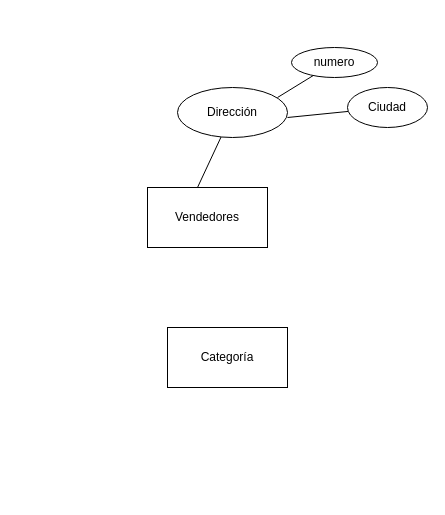
Before: Untitled Diagram.drawio in vivianabm/E-mercado, a draw.io diagram. Source tidied: cells renumbered, new cells numbered last; positions are measured from the earlier drawing's top-left corner, leaving out a move shared by most shapes. Both pictures are drawn from the tidied source at 100%, with x=0, y=0 at pixel (147, 47).
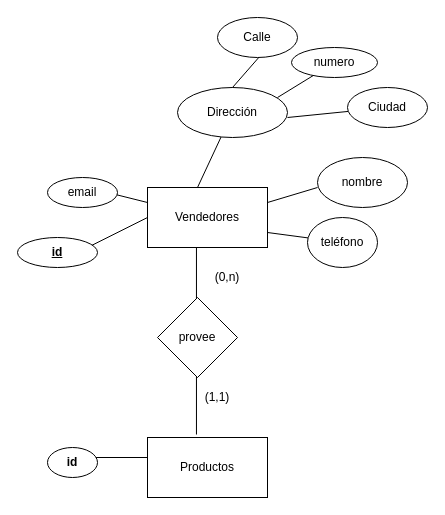
After the change.

Unchanged cells that the change refers to:
```xml
<mxCell id="3" value="Vendedores" style="rounded=0;whiteSpace=wrap;html=1;" parent="1" vertex="1">
  <mxGeometry y="140" width="120" height="60" as="geometry" />
</mxCell>
<mxCell id="5" value="Dirección" style="ellipse;whiteSpace=wrap;html=1;" parent="1" vertex="1">
  <mxGeometry x="30" y="40" width="110" height="50" as="geometry" />
</mxCell>
```

What changed in the source:
```diff
@@
-    <mxCell id="2" value="Categoría" style="rounded=0;whiteSpace=wrap;html=1;" parent="1" vertex="1">
-      <mxGeometry x="20" y="280" width="120" height="60" as="geometry" />
+    <mxCell id="2" value="Productos" style="rounded=0;whiteSpace=wrap;html=1;" parent="1" vertex="1">
+      <mxGeometry y="390" width="120" height="60" as="geometry" />
     </mxCell>
@@
+    <mxCell id="10" style="endArrow=none;html=1;exitX=0.5;exitY=0;exitDx=0;exitDy=0;" parent="1" edge="1" source="5">
+      <mxGeometry relative="1" as="geometry">
+        <mxPoint x="120" as="targetPoint" />
+      </mxGeometry>
+    </mxCell>
+    <mxCell id="11" value="Calle" style="ellipse;whiteSpace=wrap;html=1;" parent="1" vertex="1">
+      <mxGeometry x="70" y="-30" width="80" height="40" as="geometry" />
+    </mxCell>
+    <mxCell id="12" style="endArrow=none;html=1;exitX=1;exitY=0.25;exitDx=0;exitDy=0;" parent="1" edge="1" source="3">
+      <mxGeometry relative="1" as="geometry">
+        <mxPoint x="170" y="140" as="targetPoint" />
+        <Array as="points">
+          <mxPoint x="170" y="140" />
+        </Array>
+      </mxGeometry>
+    </mxCell>
+    <mxCell id="13" value="nombre" style="ellipse;whiteSpace=wrap;html=1;" parent="1" vertex="1">
+      <mxGeometry x="170" y="110" width="90" height="50" as="geometry" />
+    </mxCell>
+    <mxCell id="14" style="endArrow=none;html=1;exitX=1;exitY=0.75;exitDx=0;exitDy=0;" parent="1" edge="1" source="3" target="15">
+      <mxGeometry relative="1" as="geometry" />
+    </mxCell>
+    <mxCell id="15" value="teléfono" style="ellipse;whiteSpace=wrap;html=1;" parent="1" vertex="1">
+      <mxGeometry x="160" y="170" width="70" height="50" as="geometry" />
+    </mxCell>
+    <mxCell id="16" style="endArrow=none;html=1;entryX=0;entryY=0.25;entryDx=0;entryDy=0;" parent="1" edge="1" target="3">
+      <mxGeometry relative="1" as="geometry">
+        <mxPoint x="-40" y="145" as="sourcePoint" />
+      </mxGeometry>
+    </mxCell>
+    <mxCell id="17" value="email" style="ellipse;whiteSpace=wrap;html=1;" parent="1" vertex="1">
+      <mxGeometry x="-100" y="130" width="70" height="30" as="geometry" />
+    </mxCell>
+    <mxCell id="18" style="endArrow=none;html=1;" parent="1" edge="1">
+      <mxGeometry relative="1" as="geometry">
+        <mxPoint x="-60" y="200" as="sourcePoint" />
+        <mxPoint y="170" as="targetPoint" />
+      </mxGeometry>
+    </mxCell>
+    <mxCell id="19" value="&lt;b&gt;&lt;u&gt;id&lt;/u&gt;&lt;/b&gt;" style="ellipse;whiteSpace=wrap;html=1;" parent="1" vertex="1">
+      <mxGeometry x="-130" y="190" width="80" height="30" as="geometry" />
+    </mxCell>
+    <mxCell id="20" style="endArrow=none;html=1;entryX=0.408;entryY=1;entryDx=0;entryDy=0;entryPerimeter=0;exitX=0.408;exitY=-0.05;exitDx=0;exitDy=0;exitPerimeter=0;" parent="1" edge="1" source="2" target="3">
+      <mxGeometry relative="1" as="geometry" />
+    </mxCell>
+    <mxCell id="21" value="provee" style="rhombus;whiteSpace=wrap;html=1;" parent="1" vertex="1">
+      <mxGeometry x="10" y="250" width="80" height="80" as="geometry" />
+    </mxCell>
+    <mxCell id="22" value="(0,n)" style="text;html=1;strokeColor=none;fillColor=none;align=center;verticalAlign=middle;whiteSpace=wrap;rounded=0;" parent="1" vertex="1">
+      <mxGeometry x="60" y="220" width="40" height="20" as="geometry" />
+    </mxCell>
+    <mxCell id="23" value="(1,1)" style="text;html=1;strokeColor=none;fillColor=none;align=center;verticalAlign=middle;whiteSpace=wrap;rounded=0;" parent="1" vertex="1">
+      <mxGeometry x="50" y="340" width="40" height="20" as="geometry" />
+    </mxCell>
+    <mxCell id="24" style="endArrow=none;html=1;" parent="1" edge="1">
+      <mxGeometry relative="1" as="geometry">
+        <mxPoint x="-60" y="410" as="sourcePoint" />
+        <mxPoint y="410" as="targetPoint" />
+      </mxGeometry>
+    </mxCell>
+    <mxCell id="25" value="&lt;b&gt;id&lt;/b&gt;" style="ellipse;whiteSpace=wrap;html=1;" parent="1" vertex="1">
+      <mxGeometry x="-100" y="400" width="50" height="30" as="geometry" />
+    </mxCell>
```
